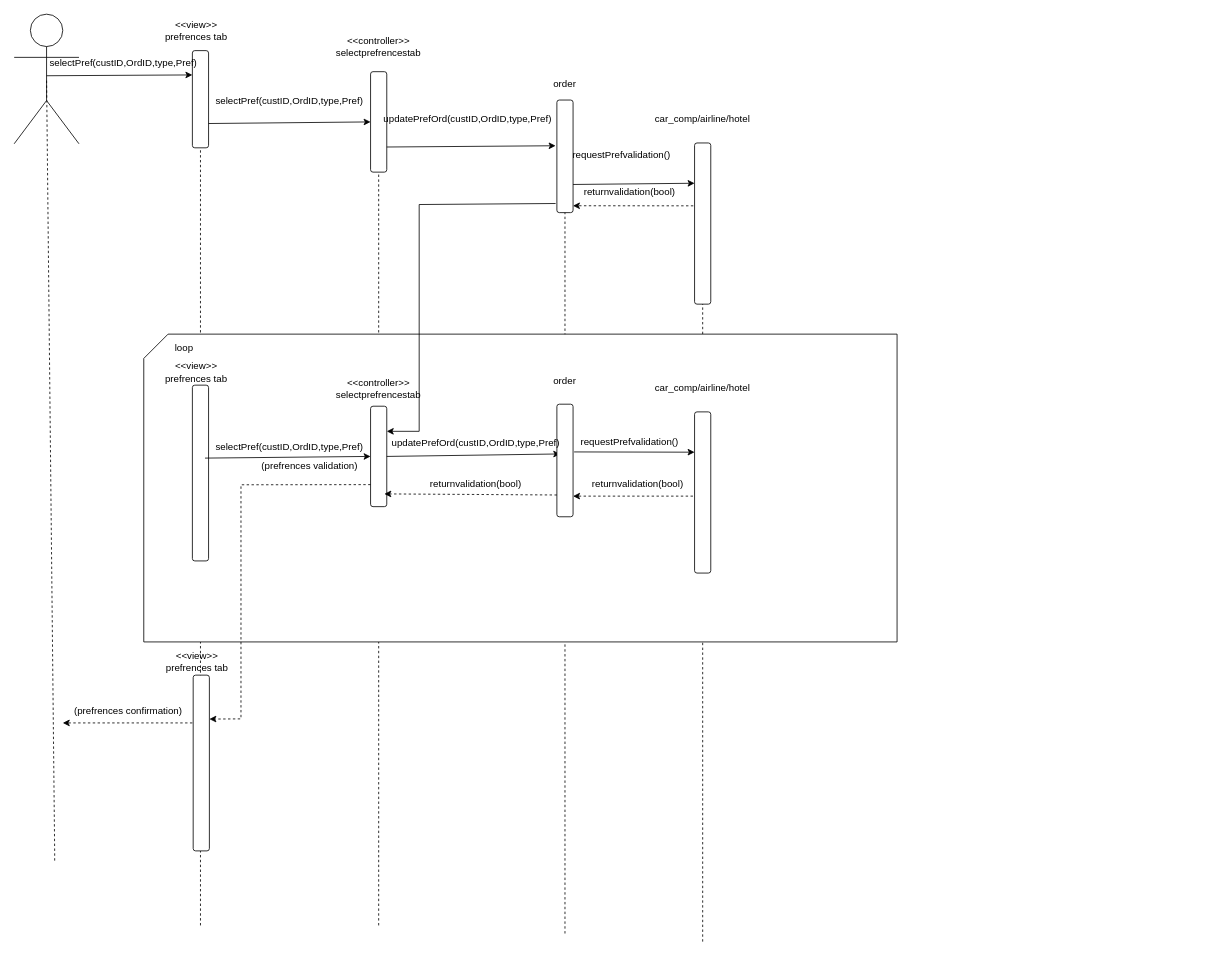
The draw.io diagram software engineering/deliverable 5/SD/prefrences-2.drawio in YousseFaltas/SW-Database-management, before the edit. Source tidied: cells renumbered, new cells numbered last; positions are measured from the earlier drawing's top-left corner, leaving out a move shared by most shapes. Both pictures are drawn from the tidied source at 81%, with x=0, y=0 at pixel (14, 14).
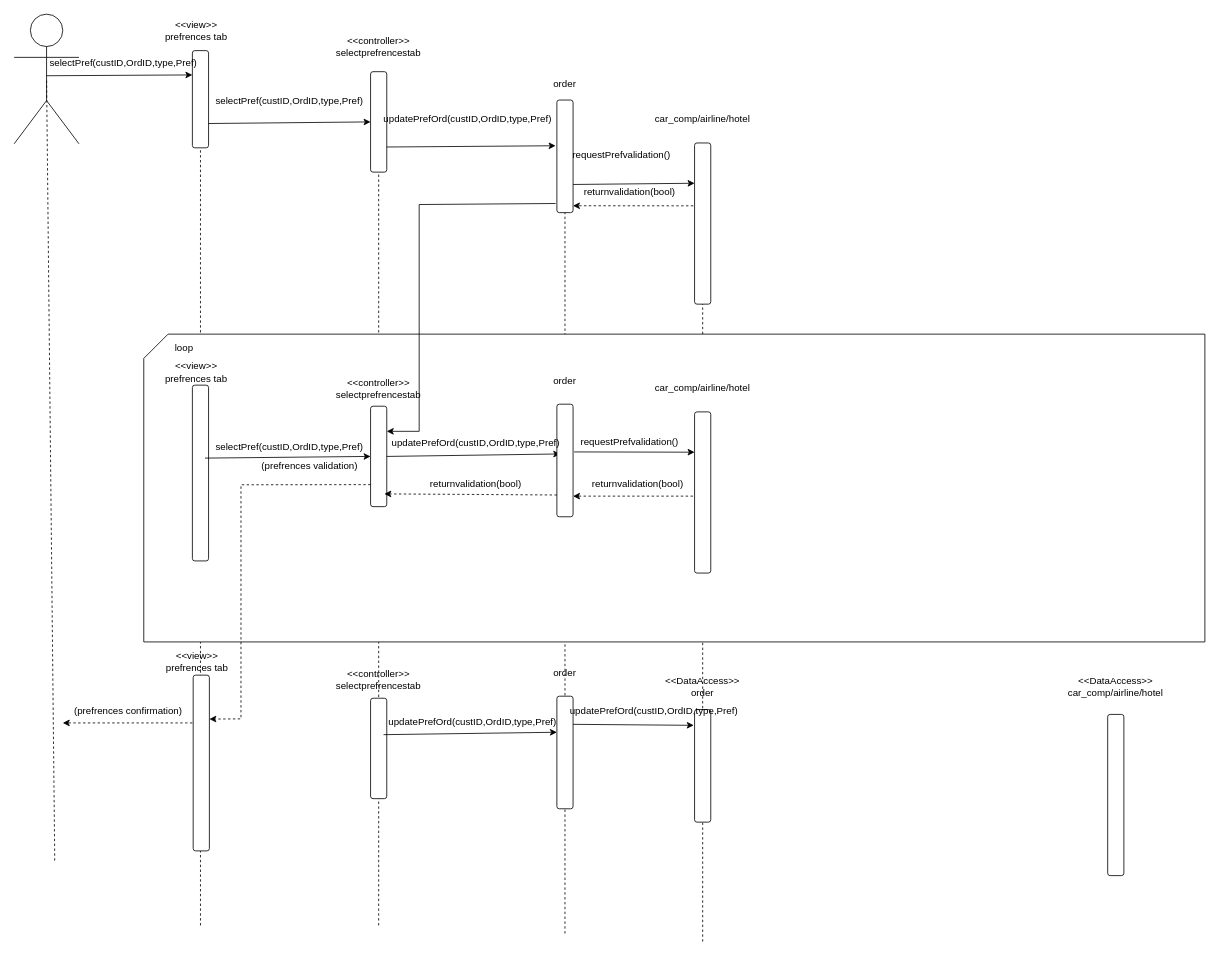
The same page after the edit.

Change to the diagram source:
```diff
@@
     <mxCell id="26" style="shape=card;whiteSpace=wrap;html=1;" parent="1" vertex="1">
-      <mxGeometry x="160" y="395" width="930" height="380" as="geometry" />
+      <mxGeometry x="160" y="395" width="1310" height="380" as="geometry" />
     </mxCell>
@@
+    <mxCell id="53" value="&amp;lt;&amp;lt;DataAccess&amp;gt;&amp;gt;&lt;div&gt;car_comp/airline/hotel&lt;/div&gt;" style="text;html=1;align=center;verticalAlign=middle;whiteSpace=wrap;rounded=0;" parent="1" vertex="1">
+      <mxGeometry x="1330" y="815" width="60" height="30" as="geometry" />
+    </mxCell>
+    <mxCell id="54" style="rounded=1;whiteSpace=wrap;html=1;direction=south;" parent="1" vertex="1">
+      <mxGeometry x="1350" y="864.5" width="20" height="199" as="geometry" />
+    </mxCell>
+    <mxCell id="55" value="&amp;lt;&amp;lt;DataAccess&amp;gt;&amp;gt;&lt;div&gt;order&lt;/div&gt;" style="text;html=1;align=center;verticalAlign=middle;whiteSpace=wrap;rounded=0;" parent="1" vertex="1">
+      <mxGeometry x="820" y="815" width="60" height="30" as="geometry" />
+    </mxCell>
+    <mxCell id="56" style="rounded=1;whiteSpace=wrap;html=1;direction=south;" parent="1" vertex="1">
+      <mxGeometry x="840" y="858.5" width="20" height="139" as="geometry" />
+    </mxCell>
+    <mxCell id="57" style="rounded=1;whiteSpace=wrap;html=1;direction=south;" parent="1" vertex="1">
+      <mxGeometry x="440" y="844.5" width="20" height="124" as="geometry" />
+    </mxCell>
+    <mxCell id="58" value="&amp;lt;&amp;lt;controller&amp;gt;&amp;gt;&lt;div&gt;selectprefrencestab&lt;/div&gt;" style="text;html=1;align=center;verticalAlign=middle;whiteSpace=wrap;rounded=0;" parent="1" vertex="1">
+      <mxGeometry x="420" y="807" width="60" height="30" as="geometry" />
+    </mxCell>
+    <mxCell id="59" style="rounded=1;whiteSpace=wrap;html=1;direction=south;" parent="1" vertex="1">
+      <mxGeometry x="670" y="842" width="20" height="139" as="geometry" />
+    </mxCell>
+    <mxCell id="60" value="order" style="text;html=1;align=center;verticalAlign=middle;whiteSpace=wrap;rounded=0;" parent="1" vertex="1">
+      <mxGeometry x="650" y="798.5" width="60" height="30" as="geometry" />
+    </mxCell>
+    <mxCell id="61" style="endArrow=classic;html=1;rounded=0;exitX=0.5;exitY=0;exitDx=0;exitDy=0;entryX=0.442;entryY=0.793;entryDx=0;entryDy=0;entryPerimeter=0;" parent="1" edge="1">
+      <mxGeometry relative="1" as="geometry">
+        <mxPoint x="456" y="889.5" as="sourcePoint" />
+        <mxPoint x="670" y="886.5" as="targetPoint" />
+      </mxGeometry>
+    </mxCell>
+    <mxCell id="62" value="updatePrefOrd(custID,OrdID,type,Pref)" style="text;html=1;align=center;verticalAlign=middle;whiteSpace=wrap;rounded=0;" parent="1" vertex="1">
+      <mxGeometry x="536" y="858.5" width="60" height="30" as="geometry" />
+    </mxCell>
+    <mxCell id="63" style="endArrow=classic;html=1;rounded=0;exitX=0.25;exitY=0;exitDx=0;exitDy=0;entryX=0.14;entryY=1.05;entryDx=0;entryDy=0;entryPerimeter=0;" parent="1" edge="1" source="59" target="56">
+      <mxGeometry relative="1" as="geometry" />
+    </mxCell>
+    <mxCell id="64" value="updatePrefOrd(custID,OrdID,type,Pref)" style="text;html=1;align=center;verticalAlign=middle;whiteSpace=wrap;rounded=0;" parent="1" vertex="1">
+      <mxGeometry x="740" y="845" width="100" height="30" as="geometry" />
+    </mxCell>
```
